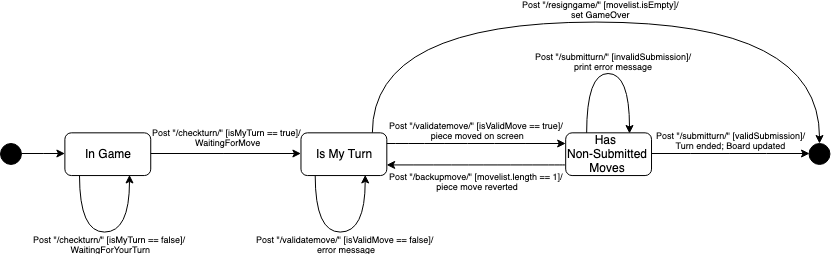
Before: docs/GameStateDiagram.png, a diagram exported from draw.io (gd1808/team-project-2188-swen-261-01-b). Source tidied: cells renumbered, new cells last; positions are measured from the earlier drawing's top-left corner, leaving out a move shared by most shapes.
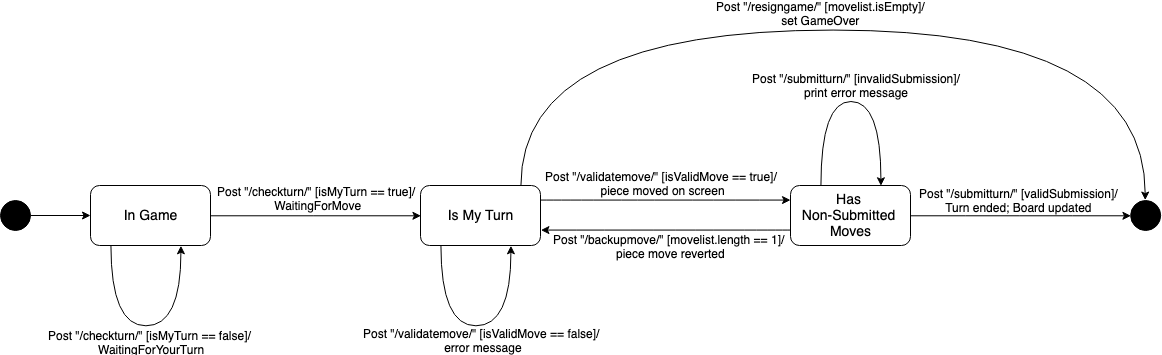
After the change.

Commit message:
Update of the Game State Diagram

the old png was from a smaller version of the diagram and therefore was much smaller

The edit, as a diff of the source:
```diff
@@ -2,121 +2,112 @@
   <root>
     <mxCell id="0" />
     <mxCell id="1" parent="0" />
-    <mxCell id="2" style="group;" parent="1" vertex="1">
-      <mxGeometry width="830" height="210" as="geometry" />
-    </mxCell>
-    <mxCell id="3" style="group;" parent="2" vertex="1">
-      <mxGeometry width="830" height="210" as="geometry" />
-    </mxCell>
-    <mxCell id="4" style="group;" parent="3" vertex="1">
-      <mxGeometry width="830" height="210" as="geometry" />
-    </mxCell>
+    <mxCell id="10" style="edgeStyle=orthogonalEdgeStyle;rounded=0;jettySize=auto;html=1;" parent="1" edge="1" source="5" target="9">
+      <mxGeometry relative="1" as="geometry" />
+    </mxCell>
-    <mxCell id="5" style="ellipse;whiteSpace=wrap;html=1;fillColor=#000000;strokeColor=#000000;fontColor=#ffffff;" parent="4" vertex="1">
-      <mxGeometry y="121" width="20.9" height="20.9" as="geometry" />
+    <mxCell id="5" style="ellipse;whiteSpace=wrap;html=1;fillColor=#000000;strokeColor=#000000;fontColor=#ffffff;" parent="1" vertex="1">
+      <mxGeometry x="20" y="170" width="30" height="30" as="geometry" />
     </mxCell>
-    <mxCell id="6" style="ellipse;whiteSpace=wrap;html=1;fillColor=#000000;strokeColor=#000000;fontColor=#ffffff;" parent="4" vertex="1">
-      <mxGeometry x="808.5" y="121" width="20.9" height="20.9" as="geometry" />
+    <mxCell id="6" style="ellipse;whiteSpace=wrap;html=1;fillColor=#000000;strokeColor=#000000;fontColor=#ffffff;" parent="1" vertex="1">
+      <mxGeometry x="1150.2" y="170" width="30" height="30" as="geometry" />
     </mxCell>
-    <mxCell id="7" style="edgeStyle=orthogonalEdgeStyle;orthogonalLoop=1;jettySize=auto;html=1;entryX=0.75;entryY=1;entryDx=0;entryDy=0;curved=1;" parent="4" edge="1" source="9" target="9">
+    <mxCell id="7" style="edgeStyle=orthogonalEdgeStyle;orthogonalLoop=1;jettySize=auto;html=1;entryX=0.75;entryY=1;entryDx=0;entryDy=0;curved=1;" parent="1" edge="1" source="9" target="9">
       <mxGeometry relative="1" as="geometry">
         <Array as="points">
-          <mxPoint x="78.7" y="210" />
-          <mxPoint x="128.8" y="210" />
+          <mxPoint x="130" y="295" />
+          <mxPoint x="200" y="295" />
         </Array>
       </mxGeometry>
     </mxCell>
-    <mxCell id="8" value="Post &quot;/checkturn/&quot; [isMyTurn == false]/&lt;br style=&quot;font-size: 9px;&quot;&gt;&amp;nbsp;WaitingForYourTurn" style="text;html=1;align=center;verticalAlign=middle;labelBackgroundColor=none;fontSize=9;" parent="7" vertex="1">
+    <mxCell id="8" value="Post &quot;/checkturn/&quot; [isMyTurn == false]/&lt;br&gt;&amp;nbsp;WaitingForYourTurn" style="text;html=1;align=center;verticalAlign=middle;labelBackgroundColor=none;" parent="7" vertex="1">
       <mxGeometry relative="1" as="geometry">
-        <mxPoint x="4.5" y="11.5" as="offset" />
+        <mxPoint x="4.5" y="15.5" as="offset" />
       </mxGeometry>
     </mxCell>
+    <mxCell id="16" style="edgeStyle=orthogonalEdgeStyle;curved=1;jettySize=auto;html=1;entryX=0;entryY=0.5;entryDx=0;entryDy=0;" parent="1" edge="1" source="9" target="15">
+      <mxGeometry relative="1" as="geometry" />
+    </mxCell>
+    <mxCell id="17" value="Post &quot;/checkturn/&quot; [isMyTurn == true]/&lt;br&gt;&amp;nbsp;WaitingForMove" style="text;html=1;align=center;verticalAlign=middle;labelBackgroundColor=none;" parent="16" vertex="1">
+      <mxGeometry y="-2" relative="1" as="geometry">
+        <mxPoint x="0.5" y="-20.5" as="offset" />
+      </mxGeometry>
+    </mxCell>
-    <mxCell id="9" value="&lt;font style=&quot;font-size: 12px&quot;&gt;In Game&lt;/font&gt;" style="rounded=1;whiteSpace=wrap;html=1;strokeColor=#000000;fillColor=#FFFFFF;" parent="4" vertex="1">
-      <mxGeometry x="64.4" y="110.3" width="85.8" height="42.7" as="geometry" />
+    <mxCell id="9" value="&lt;font style=&quot;font-size: 14px&quot;&gt;In Game&lt;/font&gt;" style="rounded=1;whiteSpace=wrap;html=1;strokeColor=#000000;fillColor=#FFFFFF;" parent="1" vertex="1">
+      <mxGeometry x="110" y="155" width="120" height="60" as="geometry" />
     </mxCell>
-    <mxCell id="10" style="edgeStyle=orthogonalEdgeStyle;rounded=0;jettySize=auto;html=1;" parent="4" edge="1" source="5" target="9">
-      <mxGeometry relative="1" as="geometry" />
-    </mxCell>
-    <mxCell id="11" style="edgeStyle=orthogonalEdgeStyle;curved=1;orthogonalLoop=1;jettySize=auto;html=1;entryX=0.75;entryY=1;entryDx=0;entryDy=0;" parent="4" edge="1" source="15" target="15">
+    <mxCell id="11" style="edgeStyle=orthogonalEdgeStyle;curved=1;orthogonalLoop=1;jettySize=auto;html=1;entryX=0.75;entryY=1;entryDx=0;entryDy=0;" parent="1" edge="1" source="15" target="15">
       <mxGeometry relative="1" as="geometry">
         <Array as="points">
-          <mxPoint x="314.8" y="210" />
-          <mxPoint x="364.9" y="210" />
+          <mxPoint x="460" y="295" />
+          <mxPoint x="530" y="295" />
         </Array>
       </mxGeometry>
     </mxCell>
-    <mxCell id="12" value="&lt;span style=&quot;font-size: 9px;&quot;&gt;Post &quot;/validatemove/&quot; [isValidMove == false]/&lt;/span&gt;&lt;br style=&quot;font-size: 9px;&quot;&gt;&lt;span style=&quot;font-size: 9px;&quot;&gt;&amp;nbsp;error message&lt;/span&gt;" style="text;html=1;align=center;verticalAlign=middle;labelBackgroundColor=none;fontSize=9;" parent="11" vertex="1">
+    <mxCell id="12" value="&lt;span style=&quot;&quot;&gt;Post &quot;/validatemove/&quot; [isValidMove == false]/&lt;/span&gt;&lt;br style=&quot;&quot;&gt;&lt;span style=&quot;&quot;&gt;&amp;nbsp;error message&lt;/span&gt;" style="text;html=1;align=center;verticalAlign=middle;labelBackgroundColor=none;" parent="11" vertex="1">
       <mxGeometry x="0.04" y="4" relative="1" as="geometry">
-        <mxPoint y="15.5" as="offset" />
+        <mxPoint y="18.5" as="offset" />
       </mxGeometry>
     </mxCell>
+    <mxCell id="25" style="edgeStyle=orthogonalEdgeStyle;curved=1;jettySize=auto;html=1;" parent="1" edge="1" source="15" target="24">
+      <mxGeometry relative="1" as="geometry">
+        <Array as="points">
+          <mxPoint x="600" y="170" />
+          <mxPoint x="600" y="170" />
+        </Array>
+      </mxGeometry>
+    </mxCell>
+    <mxCell id="26" value="&lt;span style=&quot;&quot;&gt;Post &quot;/validatemove/&quot; [isValidMove == true]/&lt;/span&gt;&lt;br style=&quot;&quot;&gt;&lt;span style=&quot;&quot;&gt;&amp;nbsp;piece moved on screen&lt;/span&gt;" style="text;html=1;align=center;verticalAlign=middle;labelBackgroundColor=none;" parent="25" vertex="1">
+      <mxGeometry x="-0.04" y="-1" relative="1" as="geometry">
+        <mxPoint y="-18.5" as="offset" />
+      </mxGeometry>
+    </mxCell>
-    <mxCell id="13" style="edgeStyle=orthogonalEdgeStyle;jettySize=auto;html=1;entryX=0.5;entryY=0;entryDx=0;entryDy=0;curved=1;" parent="4" edge="1" source="15" target="6">
+    <mxCell id="13" style="edgeStyle=orthogonalEdgeStyle;jettySize=auto;html=1;entryX=0.5;entryY=0;entryDx=0;entryDy=0;curved=1;" parent="1" edge="1" source="15" target="6">
       <mxGeometry relative="1" as="geometry">
         <Array as="points">
-          <mxPoint x="372" />
-          <mxPoint x="819.1" />
+          <mxPoint x="540" />
+          <mxPoint x="1165" />
         </Array>
       </mxGeometry>
     </mxCell>
-    <mxCell id="14" value="&lt;span style=&quot;font-size: 9px;&quot;&gt;Post &quot;/resigngame/&quot; [movelist.isEmpty]/&lt;/span&gt;&lt;br style=&quot;font-size: 9px;&quot;&gt;&lt;span style=&quot;font-size: 9px;&quot;&gt;set GameOver&lt;/span&gt;" style="text;html=1;align=center;verticalAlign=middle;labelBackgroundColor=none;fontSize=9;" parent="13" vertex="1">
+    <mxCell id="14" value="&lt;span style=&quot;&quot;&gt;Post &quot;/resigngame/&quot; [movelist.isEmpty]/&lt;/span&gt;&lt;br style=&quot;&quot;&gt;&lt;span style=&quot;&quot;&gt;set GameOver&lt;/span&gt;" style="text;html=1;align=center;verticalAlign=middle;labelBackgroundColor=none;" parent="13" vertex="1">
       <mxGeometry x="-0.03" y="1" relative="1" as="geometry">
-        <mxPoint x="11.5" y="-12.5" as="offset" />
+        <mxPoint x="-3.5" y="-16.5" as="offset" />
       </mxGeometry>
     </mxCell>
-    <mxCell id="15" value="&lt;font style=&quot;font-size: 12px&quot;&gt;Is My Turn&lt;/font&gt;" style="rounded=1;whiteSpace=wrap;html=1;strokeColor=#000000;fillColor=#FFFFFF;" parent="4" vertex="1">
-      <mxGeometry x="300.5" y="110.3" width="85.8" height="42.7" as="geometry" />
+    <mxCell id="15" value="&lt;font style=&quot;font-size: 14px&quot;&gt;Is My Turn&lt;/font&gt;" style="rounded=1;whiteSpace=wrap;html=1;strokeColor=#000000;fillColor=#FFFFFF;" parent="1" vertex="1">
+      <mxGeometry x="440" y="155" width="120" height="60" as="geometry" />
     </mxCell>
-    <mxCell id="16" style="edgeStyle=orthogonalEdgeStyle;curved=1;jettySize=auto;html=1;entryX=0;entryY=0.5;entryDx=0;entryDy=0;" parent="4" edge="1" source="9" target="15">
-      <mxGeometry relative="1" as="geometry" />
-    </mxCell>
-    <mxCell id="17" value="Post &quot;/checkturn/&quot; [isMyTurn == true]/&lt;br style=&quot;font-size: 9px;&quot;&gt;&amp;nbsp;WaitingForMove" style="text;html=1;align=center;verticalAlign=middle;labelBackgroundColor=none;fontSize=9;" parent="16" vertex="1">
-      <mxGeometry y="-2" relative="1" as="geometry">
-        <mxPoint x="1.5" y="-18.5" as="offset" />
-      </mxGeometry>
-    </mxCell>
-    <mxCell id="18" style="edgeStyle=orthogonalEdgeStyle;curved=1;jettySize=auto;html=1;entryX=1;entryY=0.75;entryDx=0;entryDy=0;exitX=0;exitY=0.75;exitDx=0;exitDy=0;" parent="4" edge="1" source="24" target="15">
+    <mxCell id="18" style="edgeStyle=orthogonalEdgeStyle;curved=1;jettySize=auto;html=1;entryX=1;entryY=0.75;entryDx=0;entryDy=0;exitX=0;exitY=0.75;exitDx=0;exitDy=0;" parent="1" edge="1" source="24" target="15">
       <mxGeometry relative="1" as="geometry" />
     </mxCell>
-    <mxCell id="19" value="&lt;span style=&quot;font-size: 9px;&quot;&gt;Post &quot;/backupmove/&quot; [movelist.length == 1]/&lt;/span&gt;&lt;br style=&quot;font-size: 9px;&quot;&gt;&lt;span style=&quot;font-size: 9px;&quot;&gt;&amp;nbsp;piece move reverted&lt;/span&gt;" style="text;html=1;align=center;verticalAlign=middle;labelBackgroundColor=none;fontSize=9;" parent="18" vertex="1">
+    <mxCell id="19" value="&lt;span style=&quot;&quot;&gt;Post &quot;/backupmove/&quot; [movelist.length == 1]/&lt;/span&gt;&lt;br style=&quot;&quot;&gt;&lt;span style=&quot;&quot;&gt;&amp;nbsp;piece move reverted&lt;/span&gt;" style="text;html=1;align=center;verticalAlign=middle;labelBackgroundColor=none;" parent="18" vertex="1">
       <mxGeometry x="0.01" relative="1" as="geometry">
-        <mxPoint x="0.5" y="15.5" as="offset" />
+        <mxPoint x="3.5" y="15.5" as="offset" />
       </mxGeometry>
     </mxCell>
-    <mxCell id="20" style="edgeStyle=orthogonalEdgeStyle;orthogonalLoop=1;jettySize=auto;html=1;exitX=0.25;exitY=0;exitDx=0;exitDy=0;entryX=0.75;entryY=0;entryDx=0;entryDy=0;curved=1;" parent="4" edge="1" source="24" target="24">
+    <mxCell id="20" style="edgeStyle=orthogonalEdgeStyle;orthogonalLoop=1;jettySize=auto;html=1;exitX=0.25;exitY=0;exitDx=0;exitDy=0;entryX=0.75;entryY=0;entryDx=0;entryDy=0;curved=1;" parent="1" edge="1" source="24" target="24">
       <mxGeometry relative="1" as="geometry">
         <Array as="points">
-          <mxPoint x="586.6" y="50.5" />
-          <mxPoint x="629.6" y="50.5" />
+          <mxPoint x="840" y="71" />
+          <mxPoint x="900" y="71" />
         </Array>
       </mxGeometry>
     </mxCell>
-    <mxCell id="21" value="&lt;span style=&quot;font-size: 9px;&quot;&gt;Post &quot;/submitturn/&quot; [invalidSubmission]/&lt;/span&gt;&lt;br style=&quot;font-size: 9px;&quot;&gt;&lt;span style=&quot;font-size: 9px;&quot;&gt;print error message&lt;/span&gt;" style="text;html=1;align=center;verticalAlign=middle;labelBackgroundColor=none;fontSize=9;direction=south;" parent="20" vertex="1">
+    <mxCell id="21" value="&lt;span style=&quot;&quot;&gt;Post &quot;/submitturn/&quot; [invalidSubmission]/&lt;/span&gt;&lt;br style=&quot;&quot;&gt;&lt;span style=&quot;&quot;&gt;print error message&lt;/span&gt;" style="text;html=1;align=center;verticalAlign=middle;labelBackgroundColor=none;" parent="20" vertex="1">
       <mxGeometry relative="1" as="geometry">
-        <mxPoint x="4.5" y="-13" as="offset" />
+        <mxPoint x="4.5" y="-17" as="offset" />
       </mxGeometry>
     </mxCell>
-    <mxCell id="22" style="edgeStyle=orthogonalEdgeStyle;curved=1;jettySize=auto;html=1;entryX=0;entryY=0.5;entryDx=0;entryDy=0;" parent="4" edge="1" source="24" target="6">
+    <mxCell id="22" style="edgeStyle=orthogonalEdgeStyle;curved=1;jettySize=auto;html=1;entryX=0;entryY=0.5;entryDx=0;entryDy=0;" parent="1" edge="1" source="24" target="6">
       <mxGeometry relative="1" as="geometry" />
     </mxCell>
-    <mxCell id="23" value="&lt;span style=&quot;font-size: 9px;&quot;&gt;Post &quot;/submitturn/&quot; [validSubmission]/&lt;/span&gt;&lt;br style=&quot;font-size: 9px;&quot;&gt;&lt;span style=&quot;font-size: 9px;&quot;&gt;Turn ended; Board updated&lt;/span&gt;" style="text;html=1;align=center;verticalAlign=middle;labelBackgroundColor=none;fontSize=9;" parent="22" vertex="1">
+    <mxCell id="23" value="&lt;span style=&quot;&quot;&gt;Post &quot;/submitturn/&quot; [validSubmission]/&lt;/span&gt;&lt;br style=&quot;&quot;&gt;&lt;span style=&quot;&quot;&gt;Turn ended; Board updated&lt;/span&gt;" style="text;html=1;align=center;verticalAlign=middle;labelBackgroundColor=none;" parent="22" vertex="1">
       <mxGeometry y="-5" relative="1" as="geometry">
-        <mxPoint y="-18.5" as="offset" />
+        <mxPoint x="-2" y="-21.5" as="offset" />
       </mxGeometry>
     </mxCell>
-    <mxCell id="24" value="&lt;font style=&quot;font-size: 12px&quot;&gt;Has &lt;br&gt;Non-Submitted &lt;br&gt;Moves&lt;/font&gt;" style="rounded=1;whiteSpace=wrap;html=1;strokeColor=#000000;fillColor=#FFFFFF;" parent="4" vertex="1">
-      <mxGeometry x="565.2" y="110.3" width="85.8" height="42.7" as="geometry" />
+    <mxCell id="24" value="&lt;font style=&quot;font-size: 14px&quot;&gt;Has &lt;br&gt;Non-Submitted &lt;br&gt;Moves&lt;/font&gt;" style="rounded=1;whiteSpace=wrap;html=1;strokeColor=#000000;fillColor=#FFFFFF;" parent="1" vertex="1">
+      <mxGeometry x="810" y="155" width="120" height="60" as="geometry" />
     </mxCell>
-    <mxCell id="25" style="edgeStyle=orthogonalEdgeStyle;curved=1;jettySize=auto;html=1;" parent="4" edge="1" source="15" target="24">
-      <mxGeometry relative="1" as="geometry">
-        <Array as="points">
-          <mxPoint x="414.9" y="121" />
-          <mxPoint x="414.9" y="121" />
-        </Array>
-      </mxGeometry>
-    </mxCell>
-    <mxCell id="26" value="&lt;span style=&quot;font-size: 9px;&quot;&gt;Post &quot;/validatemove/&quot; [isValidMove == true]/&lt;/span&gt;&lt;br style=&quot;font-size: 9px;&quot;&gt;&lt;span style=&quot;font-size: 9px;&quot;&gt;&amp;nbsp;piece moved on screen&lt;/span&gt;" style="text;html=1;align=center;verticalAlign=middle;labelBackgroundColor=none;fontSize=9;" parent="25" vertex="1">
-      <mxGeometry x="-0.04" y="-1" relative="1" as="geometry">
-        <mxPoint x="3" y="-14.5" as="offset" />
-      </mxGeometry>
-    </mxCell>
   </root>
 </mxGraphModel>
```
